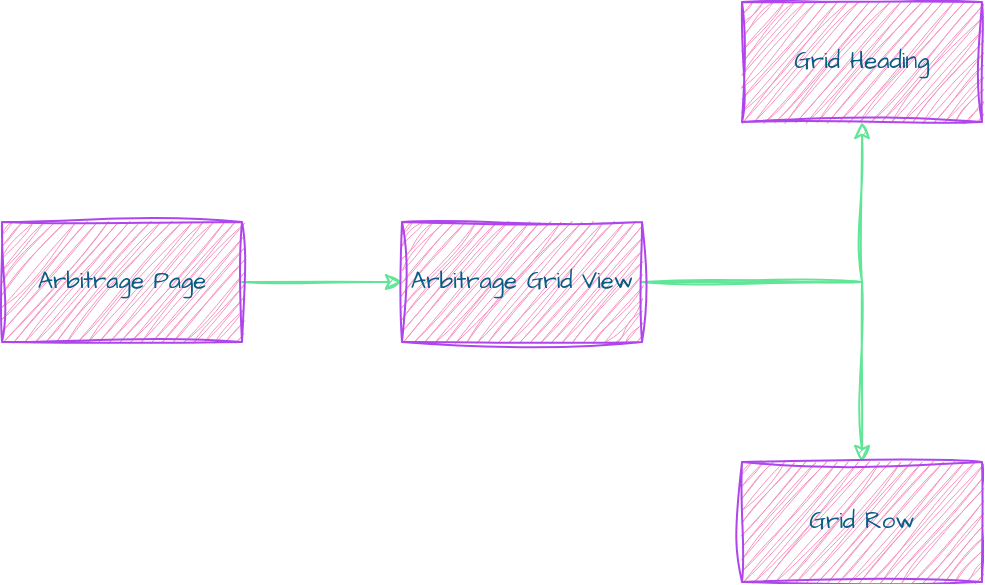
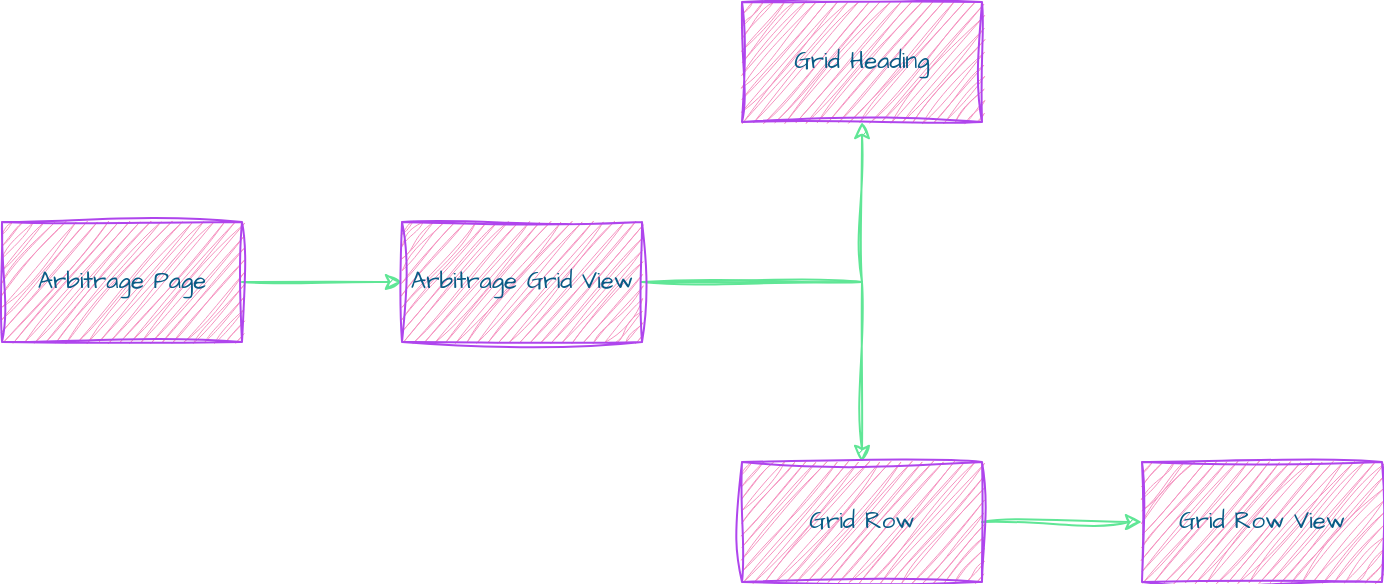
<mxfile host="app.diagrams.net" pages="6">
  <diagram id="4BpxD9aP9KdIrpdj0uMA" name="Arbitrage Page">
    <mxGraphModel dx="1357" dy="626" grid="1" gridSize="10" guides="1" tooltips="1" connect="1" arrows="1" fold="1" page="0" pageScale="1" pageWidth="402" pageHeight="874" math="0" shadow="0">
      <root>
        <mxCell id="0" />
        <mxCell id="1" parent="0" />
        <mxCell id="s9Nx30N8KHW5dVmqoR0w-8" edge="1" parent="1" source="s9Nx30N8KHW5dVmqoR0w-1" style="edgeStyle=orthogonalEdgeStyle;rounded=0;sketch=1;hachureGap=4;jiggle=2;curveFitting=1;orthogonalLoop=1;jettySize=auto;html=1;strokeColor=#60E696;fontFamily=Architects Daughter;fontSource=https%3A%2F%2Ffonts.googleapis.com%2Fcss%3Ffamily%3DArchitects%2BDaughter;fontColor=#095C86;fillColor=#F694C1;" target="s9Nx30N8KHW5dVmqoR0w-7" value="">
          <mxGeometry relative="1" as="geometry" />
        </mxCell>
        <mxCell id="s9Nx30N8KHW5dVmqoR0w-1" parent="1" style="whiteSpace=wrap;html=1;sketch=1;hachureGap=4;jiggle=2;curveFitting=1;strokeColor=#AF45ED;fontFamily=Architects Daughter;fontSource=https%3A%2F%2Ffonts.googleapis.com%2Fcss%3Ffamily%3DArchitects%2BDaughter;fontColor=#095C86;fillColor=#F694C1;" value="Arbitrage Page" vertex="1">
          <mxGeometry height="60" width="120" x="-100" y="130" as="geometry" />
        </mxCell>
        <mxCell id="s9Nx30N8KHW5dVmqoR0w-10" edge="1" parent="1" source="s9Nx30N8KHW5dVmqoR0w-7" style="edgeStyle=orthogonalEdgeStyle;rounded=0;sketch=1;hachureGap=4;jiggle=2;curveFitting=1;orthogonalLoop=1;jettySize=auto;html=1;strokeColor=#60E696;fontFamily=Architects Daughter;fontSource=https%3A%2F%2Ffonts.googleapis.com%2Fcss%3Ffamily%3DArchitects%2BDaughter;fontColor=#095C86;fillColor=#F694C1;" target="s9Nx30N8KHW5dVmqoR0w-9" value="">
          <mxGeometry relative="1" as="geometry" />
        </mxCell>
        <mxCell id="s9Nx30N8KHW5dVmqoR0w-12" edge="1" parent="1" source="s9Nx30N8KHW5dVmqoR0w-7" style="edgeStyle=orthogonalEdgeStyle;rounded=0;sketch=1;hachureGap=4;jiggle=2;curveFitting=1;orthogonalLoop=1;jettySize=auto;html=1;strokeColor=#60E696;fontFamily=Architects Daughter;fontSource=https%3A%2F%2Ffonts.googleapis.com%2Fcss%3Ffamily%3DArchitects%2BDaughter;fontColor=#095C86;fillColor=#F694C1;" target="s9Nx30N8KHW5dVmqoR0w-11" value="">
          <mxGeometry relative="1" as="geometry" />
        </mxCell>
        <mxCell id="s9Nx30N8KHW5dVmqoR0w-7" parent="1" style="whiteSpace=wrap;html=1;fontFamily=Architects Daughter;fillColor=#F694C1;strokeColor=#AF45ED;fontColor=#095C86;sketch=1;hachureGap=4;jiggle=2;curveFitting=1;fontSource=https%3A%2F%2Ffonts.googleapis.com%2Fcss%3Ffamily%3DArchitects%2BDaughter;" value="Arbitrage Grid View" vertex="1">
          <mxGeometry height="60" width="120" x="100" y="130" as="geometry" />
        </mxCell>
        <mxCell id="s9Nx30N8KHW5dVmqoR0w-9" parent="1" style="whiteSpace=wrap;html=1;fontFamily=Architects Daughter;fillColor=#F694C1;strokeColor=#AF45ED;fontColor=#095C86;sketch=1;hachureGap=4;jiggle=2;curveFitting=1;fontSource=https%3A%2F%2Ffonts.googleapis.com%2Fcss%3Ffamily%3DArchitects%2BDaughter;" value="Grid Heading" vertex="1">
          <mxGeometry height="60" width="120" x="270" y="20" as="geometry" />
        </mxCell>
+         <mxCell id="s9Nx30N8KHW5dVmqoR0w-14" edge="1" parent="1" source="s9Nx30N8KHW5dVmqoR0w-11" style="edgeStyle=orthogonalEdgeStyle;rounded=0;sketch=1;hachureGap=4;jiggle=2;curveFitting=1;orthogonalLoop=1;jettySize=auto;html=1;strokeColor=#60E696;fontFamily=Architects Daughter;fontSource=https%3A%2F%2Ffonts.googleapis.com%2Fcss%3Ffamily%3DArchitects%2BDaughter;fontColor=#095C86;fillColor=#F694C1;" target="s9Nx30N8KHW5dVmqoR0w-13" value="">
+           <mxGeometry relative="1" as="geometry" />
+         </mxCell>
        <mxCell id="s9Nx30N8KHW5dVmqoR0w-11" parent="1" style="whiteSpace=wrap;html=1;fontFamily=Architects Daughter;fillColor=#F694C1;strokeColor=#AF45ED;fontColor=#095C86;sketch=1;hachureGap=4;jiggle=2;curveFitting=1;fontSource=https%3A%2F%2Ffonts.googleapis.com%2Fcss%3Ffamily%3DArchitects%2BDaughter;" value="Grid Row" vertex="1">
          <mxGeometry height="60" width="120" x="270" y="250" as="geometry" />
+         </mxCell>
+         <mxCell id="s9Nx30N8KHW5dVmqoR0w-13" parent="1" style="whiteSpace=wrap;html=1;fontFamily=Architects Daughter;fillColor=#F694C1;strokeColor=#AF45ED;fontColor=#095C86;sketch=1;hachureGap=4;jiggle=2;curveFitting=1;fontSource=https%3A%2F%2Ffonts.googleapis.com%2Fcss%3Ffamily%3DArchitects%2BDaughter;" value="Grid Row View" vertex="1">
+           <mxGeometry height="60" width="120" x="470" y="250" as="geometry" />
        </mxCell>
      </root>
    </mxGraphModel>
  </diagram>
  <diagram id="wPQbEJP3DVO_ncDqMHqx" name="Sessions Page">
    <mxGraphModel dx="2395" dy="1443" grid="1" gridSize="10" guides="1" tooltips="1" connect="1" arrows="1" fold="1" page="0" pageScale="1" pageWidth="402" pageHeight="874" math="0" shadow="0">
      <root>
        <mxCell id="0" />
        <mxCell id="1" parent="0" />
        <mxCell id="DB1AKVm6qyutKQlFYAWD-6" edge="1" parent="1" source="DB1AKVm6qyutKQlFYAWD-1" style="edgeStyle=orthogonalEdgeStyle;rounded=1;orthogonalLoop=1;jettySize=auto;html=1;sketch=1;curveFitting=1;jiggle=2;labelBackgroundColor=none;fontColor=default;strokeColor=#60E696;" target="DB1AKVm6qyutKQlFYAWD-5" value="">
          <mxGeometry relative="1" as="geometry" />
        </mxCell>
        <mxCell id="DB1AKVm6qyutKQlFYAWD-8" edge="1" parent="1" source="DB1AKVm6qyutKQlFYAWD-1" style="edgeStyle=orthogonalEdgeStyle;rounded=1;orthogonalLoop=1;jettySize=auto;html=1;sketch=1;curveFitting=1;jiggle=2;labelBackgroundColor=none;fontColor=default;strokeColor=#60E696;" target="DB1AKVm6qyutKQlFYAWD-7" value="">
          <mxGeometry relative="1" as="geometry">
            <Array as="points">
              <mxPoint x="120" y="270" />
            </Array>
          </mxGeometry>
        </mxCell>
        <mxCell id="DB1AKVm6qyutKQlFYAWD-10" edge="1" parent="1" source="DB1AKVm6qyutKQlFYAWD-1" style="edgeStyle=orthogonalEdgeStyle;rounded=1;orthogonalLoop=1;jettySize=auto;html=1;sketch=1;curveFitting=1;jiggle=2;labelBackgroundColor=none;fontColor=default;strokeColor=#60E696;" target="DB1AKVm6qyutKQlFYAWD-9" value="">
          <mxGeometry relative="1" as="geometry">
            <Array as="points">
              <mxPoint x="120" y="60" />
            </Array>
          </mxGeometry>
        </mxCell>
        <mxCell id="DB1AKVm6qyutKQlFYAWD-1" parent="1" style="rounded=1;whiteSpace=wrap;html=1;sketch=1;curveFitting=1;jiggle=2;labelBackgroundColor=none;fillColor=#F694C1;strokeColor=#AF45ED;fontColor=#095C86;" value="add-scrip" vertex="1">
          <mxGeometry height="60" width="120" x="60" y="130" as="geometry" />
        </mxCell>
        <mxCell id="DB1AKVm6qyutKQlFYAWD-4" edge="1" parent="1" source="DB1AKVm6qyutKQlFYAWD-3" style="edgeStyle=orthogonalEdgeStyle;rounded=1;orthogonalLoop=1;jettySize=auto;html=1;sketch=1;curveFitting=1;jiggle=2;labelBackgroundColor=none;fontColor=default;strokeColor=#60E696;" target="DB1AKVm6qyutKQlFYAWD-1" value="">
          <mxGeometry relative="1" as="geometry" />
        </mxCell>
        <mxCell id="DB1AKVm6qyutKQlFYAWD-12" edge="1" parent="1" source="DB1AKVm6qyutKQlFYAWD-3" style="edgeStyle=orthogonalEdgeStyle;rounded=1;orthogonalLoop=1;jettySize=auto;html=1;sketch=1;curveFitting=1;jiggle=2;labelBackgroundColor=none;fontColor=default;strokeColor=#60E696;" target="DB1AKVm6qyutKQlFYAWD-11" value="">
          <mxGeometry relative="1" as="geometry">
            <Array as="points">
              <mxPoint x="-100" y="360" />
            </Array>
          </mxGeometry>
        </mxCell>
        <mxCell id="DB1AKVm6qyutKQlFYAWD-3" parent="1" style="rounded=1;whiteSpace=wrap;html=1;sketch=1;curveFitting=1;jiggle=2;labelBackgroundColor=none;fillColor=#F694C1;strokeColor=#AF45ED;fontColor=#095C86;" value="add-session-cta" vertex="1">
          <mxGeometry height="60" width="120" x="-160" y="130" as="geometry" />
        </mxCell>
        <mxCell id="DB1AKVm6qyutKQlFYAWD-5" parent="1" style="whiteSpace=wrap;html=1;rounded=1;sketch=1;curveFitting=1;jiggle=2;labelBackgroundColor=none;fillColor=#F694C1;strokeColor=#AF45ED;fontColor=#095C86;" value="select-exchange" vertex="1">
          <mxGeometry height="60" width="120" x="310" y="130" as="geometry" />
        </mxCell>
        <mxCell id="ouMAoqMrmdJ_XqpmxOQB-3" edge="1" parent="1" source="DB1AKVm6qyutKQlFYAWD-7" style="edgeStyle=orthogonalEdgeStyle;rounded=1;sketch=1;hachureGap=4;jiggle=2;curveFitting=1;orthogonalLoop=1;jettySize=auto;html=1;fontFamily=Architects Daughter;fontSource=https%3A%2F%2Ffonts.googleapis.com%2Fcss%3Ffamily%3DArchitects%2BDaughter;labelBackgroundColor=none;fontColor=default;strokeColor=#60E696;" target="ouMAoqMrmdJ_XqpmxOQB-1">
          <mxGeometry relative="1" as="geometry" />
        </mxCell>
        <mxCell id="DB1AKVm6qyutKQlFYAWD-7" parent="1" style="whiteSpace=wrap;html=1;rounded=1;sketch=1;curveFitting=1;jiggle=2;labelBackgroundColor=none;fillColor=#F694C1;strokeColor=#AF45ED;fontColor=#095C86;" value="NSE Scrip Form" vertex="1">
          <mxGeometry height="60" width="120" x="310" y="220" as="geometry" />
        </mxCell>
        <mxCell id="ouMAoqMrmdJ_XqpmxOQB-2" edge="1" parent="1" source="DB1AKVm6qyutKQlFYAWD-9" style="edgeStyle=orthogonalEdgeStyle;rounded=1;sketch=1;hachureGap=4;jiggle=2;curveFitting=1;orthogonalLoop=1;jettySize=auto;html=1;fontFamily=Architects Daughter;fontSource=https%3A%2F%2Ffonts.googleapis.com%2Fcss%3Ffamily%3DArchitects%2BDaughter;labelBackgroundColor=none;fontColor=default;strokeColor=#60E696;" target="ouMAoqMrmdJ_XqpmxOQB-1" value="">
          <mxGeometry relative="1" as="geometry" />
        </mxCell>
        <mxCell id="DB1AKVm6qyutKQlFYAWD-9" parent="1" style="whiteSpace=wrap;html=1;rounded=1;sketch=1;curveFitting=1;jiggle=2;labelBackgroundColor=none;fillColor=#F694C1;strokeColor=#AF45ED;fontColor=#095C86;" value="NFO Scrip Form" vertex="1">
          <mxGeometry height="60" width="120" x="310" y="30" as="geometry" />
        </mxCell>
        <mxCell id="ouMAoqMrmdJ_XqpmxOQB-15" edge="1" parent="1" source="DB1AKVm6qyutKQlFYAWD-11" style="edgeStyle=orthogonalEdgeStyle;rounded=1;sketch=1;hachureGap=4;jiggle=2;curveFitting=1;orthogonalLoop=1;jettySize=auto;html=1;fontFamily=Architects Daughter;fontSource=https%3A%2F%2Ffonts.googleapis.com%2Fcss%3Ffamily%3DArchitects%2BDaughter;labelBackgroundColor=none;fontColor=default;strokeColor=#60E696;" target="ouMAoqMrmdJ_XqpmxOQB-14" value="">
          <mxGeometry relative="1" as="geometry" />
        </mxCell>
        <mxCell id="ouMAoqMrmdJ_XqpmxOQB-17" edge="1" parent="1" source="DB1AKVm6qyutKQlFYAWD-11" style="edgeStyle=orthogonalEdgeStyle;rounded=1;sketch=1;hachureGap=4;jiggle=2;curveFitting=1;orthogonalLoop=1;jettySize=auto;html=1;fontFamily=Architects Daughter;fontSource=https%3A%2F%2Ffonts.googleapis.com%2Fcss%3Ffamily%3DArchitects%2BDaughter;labelBackgroundColor=none;fontColor=default;strokeColor=#60E696;" target="ouMAoqMrmdJ_XqpmxOQB-16" value="">
          <mxGeometry relative="1" as="geometry">
            <Array as="points">
              <mxPoint x="120" y="520" />
            </Array>
          </mxGeometry>
        </mxCell>
        <mxCell id="DB1AKVm6qyutKQlFYAWD-11" parent="1" style="whiteSpace=wrap;html=1;rounded=1;sketch=1;curveFitting=1;jiggle=2;labelBackgroundColor=none;fillColor=#F694C1;strokeColor=#AF45ED;fontColor=#095C86;" value="scrip-list" vertex="1">
          <mxGeometry height="60" width="120" x="60" y="330" as="geometry" />
        </mxCell>
        <mxCell id="DB1AKVm6qyutKQlFYAWD-15" edge="1" parent="1" source="DB1AKVm6qyutKQlFYAWD-14" style="edgeStyle=orthogonalEdgeStyle;rounded=1;sketch=1;hachureGap=4;jiggle=2;curveFitting=1;orthogonalLoop=1;jettySize=auto;html=1;entryX=0;entryY=0.5;entryDx=0;entryDy=0;fontFamily=Architects Daughter;fontSource=https%3A%2F%2Ffonts.googleapis.com%2Fcss%3Ffamily%3DArchitects%2BDaughter;fontColor=default;labelBackgroundColor=none;strokeColor=#60E696;" target="DB1AKVm6qyutKQlFYAWD-3">
          <mxGeometry relative="1" as="geometry">
            <Array as="points">
              <mxPoint x="-360" y="160" />
            </Array>
          </mxGeometry>
        </mxCell>
        <mxCell id="ouMAoqMrmdJ_XqpmxOQB-28" edge="1" parent="1" source="DB1AKVm6qyutKQlFYAWD-14" style="edgeStyle=orthogonalEdgeStyle;rounded=1;sketch=1;hachureGap=4;jiggle=2;curveFitting=1;orthogonalLoop=1;jettySize=auto;html=1;entryX=0;entryY=0.5;entryDx=0;entryDy=0;fontFamily=Architects Daughter;fontSource=https%3A%2F%2Ffonts.googleapis.com%2Fcss%3Ffamily%3DArchitects%2BDaughter;labelBackgroundColor=none;fontColor=default;strokeColor=#60E696;" target="ouMAoqMrmdJ_XqpmxOQB-19">
          <mxGeometry relative="1" as="geometry">
            <Array as="points">
              <mxPoint x="-360" y="880" />
            </Array>
          </mxGeometry>
        </mxCell>
        <mxCell id="DB1AKVm6qyutKQlFYAWD-14" parent="1" style="rounded=1;whiteSpace=wrap;html=1;sketch=1;curveFitting=1;jiggle=2;labelBackgroundColor=none;fillColor=#F694C1;strokeColor=#AF45ED;fontColor=#095C86;" value="sessions-page" vertex="1">
          <mxGeometry height="60" width="120" x="-420" y="320" as="geometry" />
        </mxCell>
        <mxCell id="ouMAoqMrmdJ_XqpmxOQB-1" parent="1" style="whiteSpace=wrap;html=1;rounded=1;sketch=1;curveFitting=1;jiggle=2;labelBackgroundColor=none;fillColor=#F694C1;strokeColor=#AF45ED;fontColor=#095C86;" value="base form" vertex="1">
          <mxGeometry height="60" width="120" x="560" y="130" as="geometry" />
        </mxCell>
        <mxCell id="ouMAoqMrmdJ_XqpmxOQB-6" edge="1" parent="1" source="ouMAoqMrmdJ_XqpmxOQB-4" style="edgeStyle=orthogonalEdgeStyle;rounded=1;sketch=1;hachureGap=4;jiggle=2;curveFitting=1;orthogonalLoop=1;jettySize=auto;html=1;fontFamily=Architects Daughter;fontSource=https%3A%2F%2Ffonts.googleapis.com%2Fcss%3Ffamily%3DArchitects%2BDaughter;labelBackgroundColor=none;fontColor=default;strokeColor=#60E696;" target="ouMAoqMrmdJ_XqpmxOQB-5" value="">
          <mxGeometry relative="1" as="geometry" />
        </mxCell>
        <mxCell id="ouMAoqMrmdJ_XqpmxOQB-4" parent="1" style="whiteSpace=wrap;html=1;sketch=1;hachureGap=4;jiggle=2;curveFitting=1;fontFamily=Architects Daughter;fontSource=https%3A%2F%2Ffonts.googleapis.com%2Fcss%3Ffamily%3DArchitects%2BDaughter;labelBackgroundColor=none;rounded=1;fillColor=#F694C1;strokeColor=#AF45ED;fontColor=#095C86;" value="start Session" vertex="1">
          <mxGeometry height="60" width="120" x="900" y="-60" as="geometry" />
        </mxCell>
        <mxCell id="ouMAoqMrmdJ_XqpmxOQB-8" edge="1" parent="1" source="ouMAoqMrmdJ_XqpmxOQB-5" style="edgeStyle=orthogonalEdgeStyle;rounded=1;sketch=1;hachureGap=4;jiggle=2;curveFitting=1;orthogonalLoop=1;jettySize=auto;html=1;fontFamily=Architects Daughter;fontSource=https%3A%2F%2Ffonts.googleapis.com%2Fcss%3Ffamily%3DArchitects%2BDaughter;labelBackgroundColor=none;fontColor=default;strokeColor=#60E696;" target="ouMAoqMrmdJ_XqpmxOQB-7" value="">
          <mxGeometry relative="1" as="geometry" />
        </mxCell>
        <mxCell id="ouMAoqMrmdJ_XqpmxOQB-5" parent="1" style="whiteSpace=wrap;html=1;fontFamily=Architects Daughter;sketch=1;hachureGap=4;jiggle=2;curveFitting=1;fontSource=https%3A%2F%2Ffonts.googleapis.com%2Fcss%3Ffamily%3DArchitects%2BDaughter;labelBackgroundColor=none;rounded=1;fillColor=#F694C1;strokeColor=#AF45ED;fontColor=#095C86;" value="Place order" vertex="1">
          <mxGeometry height="60" width="120" x="1100" y="-60" as="geometry" />
        </mxCell>
        <mxCell id="ouMAoqMrmdJ_XqpmxOQB-10" edge="1" parent="1" source="ouMAoqMrmdJ_XqpmxOQB-7" style="edgeStyle=orthogonalEdgeStyle;rounded=1;sketch=1;hachureGap=4;jiggle=2;curveFitting=1;orthogonalLoop=1;jettySize=auto;html=1;fontFamily=Architects Daughter;fontSource=https%3A%2F%2Ffonts.googleapis.com%2Fcss%3Ffamily%3DArchitects%2BDaughter;labelBackgroundColor=none;fontColor=default;strokeColor=#60E696;" target="ouMAoqMrmdJ_XqpmxOQB-9" value="">
          <mxGeometry relative="1" as="geometry" />
        </mxCell>
        <mxCell id="ouMAoqMrmdJ_XqpmxOQB-7" parent="1" style="whiteSpace=wrap;html=1;fontFamily=Architects Daughter;sketch=1;hachureGap=4;jiggle=2;curveFitting=1;fontSource=https%3A%2F%2Ffonts.googleapis.com%2Fcss%3Ffamily%3DArchitects%2BDaughter;labelBackgroundColor=none;rounded=1;fillColor=#F694C1;strokeColor=#AF45ED;fontColor=#095C86;" value="update trade" vertex="1">
          <mxGeometry height="60" width="120" x="1300" y="-60" as="geometry" />
        </mxCell>
        <mxCell id="ouMAoqMrmdJ_XqpmxOQB-12" edge="1" parent="1" source="ouMAoqMrmdJ_XqpmxOQB-9" style="edgeStyle=orthogonalEdgeStyle;rounded=1;sketch=1;hachureGap=4;jiggle=2;curveFitting=1;orthogonalLoop=1;jettySize=auto;html=1;fontFamily=Architects Daughter;fontSource=https%3A%2F%2Ffonts.googleapis.com%2Fcss%3Ffamily%3DArchitects%2BDaughter;labelBackgroundColor=none;fontColor=default;strokeColor=#60E696;" target="ouMAoqMrmdJ_XqpmxOQB-11" value="">
          <mxGeometry relative="1" as="geometry" />
        </mxCell>
        <mxCell id="ouMAoqMrmdJ_XqpmxOQB-9" parent="1" style="whiteSpace=wrap;html=1;fontFamily=Architects Daughter;sketch=1;hachureGap=4;jiggle=2;curveFitting=1;fontSource=https%3A%2F%2Ffonts.googleapis.com%2Fcss%3Ffamily%3DArchitects%2BDaughter;labelBackgroundColor=none;rounded=1;fillColor=#F694C1;strokeColor=#AF45ED;fontColor=#095C86;" value="update netPosition" vertex="1">
          <mxGeometry height="60" width="120" x="1500" y="-60" as="geometry" />
        </mxCell>
        <mxCell id="ouMAoqMrmdJ_XqpmxOQB-11" parent="1" style="whiteSpace=wrap;html=1;fontFamily=Architects Daughter;sketch=1;hachureGap=4;jiggle=2;curveFitting=1;fontSource=https%3A%2F%2Ffonts.googleapis.com%2Fcss%3Ffamily%3DArchitects%2BDaughter;labelBackgroundColor=none;rounded=1;fillColor=#F694C1;strokeColor=#AF45ED;fontColor=#095C86;" value="update placedOrders?" vertex="1">
          <mxGeometry height="60" width="120" x="1700" y="-60" as="geometry" />
        </mxCell>
        <mxCell id="ouMAoqMrmdJ_XqpmxOQB-13" parent="1" style="html=1;verticalLabelPosition=bottom;align=center;labelBackgroundColor=none;verticalAlign=top;strokeWidth=2;shadow=0;dashed=0;shape=mxgraph.ios7.icons.tools;pointerEvents=1;sketch=1;hachureGap=4;jiggle=2;curveFitting=1;fontFamily=Architects Daughter;fontSource=https%3A%2F%2Ffonts.googleapis.com%2Fcss%3Ffamily%3DArchitects%2BDaughter;rounded=1;fillColor=#F694C1;strokeColor=#AF45ED;fontColor=#095C86;" value="" vertex="1">
          <mxGeometry height="50" width="50" x="1135" y="-20" as="geometry" />
        </mxCell>
        <mxCell id="ouMAoqMrmdJ_XqpmxOQB-14" parent="1" style="whiteSpace=wrap;html=1;rounded=1;sketch=1;curveFitting=1;jiggle=2;labelBackgroundColor=none;fillColor=#F694C1;strokeColor=#AF45ED;fontColor=#095C86;" value="live-price-cell" vertex="1">
          <mxGeometry height="60" width="120" x="260" y="330" as="geometry" />
        </mxCell>
        <mxCell id="ouMAoqMrmdJ_XqpmxOQB-16" parent="1" style="whiteSpace=wrap;html=1;rounded=1;sketch=1;curveFitting=1;jiggle=2;labelBackgroundColor=none;fillColor=#F694C1;strokeColor=#AF45ED;fontColor=#095C86;" value="charges-cell" vertex="1">
          <mxGeometry height="60" width="120" x="250" y="500" as="geometry" />
        </mxCell>
        <mxCell id="ouMAoqMrmdJ_XqpmxOQB-22" edge="1" parent="1" source="ouMAoqMrmdJ_XqpmxOQB-19" style="edgeStyle=orthogonalEdgeStyle;rounded=1;sketch=1;hachureGap=4;jiggle=2;curveFitting=1;orthogonalLoop=1;jettySize=auto;html=1;fontFamily=Architects Daughter;fontSource=https%3A%2F%2Ffonts.googleapis.com%2Fcss%3Ffamily%3DArchitects%2BDaughter;labelBackgroundColor=none;fontColor=default;strokeColor=#60E696;" target="ouMAoqMrmdJ_XqpmxOQB-21" value="">
          <mxGeometry relative="1" as="geometry" />
        </mxCell>
        <mxCell id="ouMAoqMrmdJ_XqpmxOQB-25" edge="1" parent="1" source="ouMAoqMrmdJ_XqpmxOQB-19" style="edgeStyle=orthogonalEdgeStyle;rounded=1;sketch=1;hachureGap=4;jiggle=2;curveFitting=1;orthogonalLoop=1;jettySize=auto;html=1;entryX=0;entryY=0.5;entryDx=0;entryDy=0;fontFamily=Architects Daughter;fontSource=https%3A%2F%2Ffonts.googleapis.com%2Fcss%3Ffamily%3DArchitects%2BDaughter;labelBackgroundColor=none;fontColor=default;strokeColor=#60E696;" target="ouMAoqMrmdJ_XqpmxOQB-23">
          <mxGeometry relative="1" as="geometry">
            <Array as="points">
              <mxPoint x="100" y="710" />
            </Array>
          </mxGeometry>
        </mxCell>
        <mxCell id="ouMAoqMrmdJ_XqpmxOQB-27" edge="1" parent="1" source="ouMAoqMrmdJ_XqpmxOQB-19" style="edgeStyle=orthogonalEdgeStyle;rounded=1;sketch=1;hachureGap=4;jiggle=2;curveFitting=1;orthogonalLoop=1;jettySize=auto;html=1;fontFamily=Architects Daughter;fontSource=https%3A%2F%2Ffonts.googleapis.com%2Fcss%3Ffamily%3DArchitects%2BDaughter;labelBackgroundColor=none;fontColor=default;strokeColor=#60E696;" target="ouMAoqMrmdJ_XqpmxOQB-26" value="">
          <mxGeometry relative="1" as="geometry">
            <Array as="points">
              <mxPoint x="100" y="1080" />
            </Array>
          </mxGeometry>
        </mxCell>
        <mxCell id="ouMAoqMrmdJ_XqpmxOQB-30" edge="1" parent="1" source="ouMAoqMrmdJ_XqpmxOQB-19" style="edgeStyle=orthogonalEdgeStyle;rounded=1;sketch=1;hachureGap=4;jiggle=2;curveFitting=1;orthogonalLoop=1;jettySize=auto;html=1;fontFamily=Architects Daughter;fontSource=https%3A%2F%2Ffonts.googleapis.com%2Fcss%3Ffamily%3DArchitects%2BDaughter;fontColor=default;labelBackgroundColor=none;strokeColor=#60E696;" target="ouMAoqMrmdJ_XqpmxOQB-29" value="">
          <mxGeometry relative="1" as="geometry">
            <Array as="points">
              <mxPoint x="80" y="610" />
            </Array>
          </mxGeometry>
        </mxCell>
        <mxCell id="ouMAoqMrmdJ_XqpmxOQB-19" parent="1" style="whiteSpace=wrap;html=1;rounded=1;sketch=1;curveFitting=1;jiggle=2;labelBackgroundColor=none;fillColor=#F694C1;strokeColor=#AF45ED;fontColor=#095C86;" value="session-card" vertex="1">
          <mxGeometry height="60" width="120" x="40" y="850" as="geometry" />
        </mxCell>
        <mxCell id="ouMAoqMrmdJ_XqpmxOQB-21" parent="1" style="whiteSpace=wrap;html=1;rounded=1;sketch=1;curveFitting=1;jiggle=2;labelBackgroundColor=none;fillColor=#F694C1;strokeColor=#AF45ED;fontColor=#095C86;" value="session-header" vertex="1">
          <mxGeometry height="60" width="120" x="290" y="850" as="geometry" />
        </mxCell>
        <mxCell id="ouMAoqMrmdJ_XqpmxOQB-32" edge="1" parent="1" source="ouMAoqMrmdJ_XqpmxOQB-23" style="edgeStyle=orthogonalEdgeStyle;rounded=1;sketch=1;hachureGap=4;jiggle=2;curveFitting=1;orthogonalLoop=1;jettySize=auto;html=1;fontFamily=Architects Daughter;fontSource=https%3A%2F%2Ffonts.googleapis.com%2Fcss%3Ffamily%3DArchitects%2BDaughter;fontColor=default;labelBackgroundColor=none;strokeColor=#60E696;" target="ouMAoqMrmdJ_XqpmxOQB-31" value="">
          <mxGeometry relative="1" as="geometry">
            <Array as="points">
              <mxPoint x="360" y="650" />
            </Array>
          </mxGeometry>
        </mxCell>
        <mxCell id="ouMAoqMrmdJ_XqpmxOQB-34" edge="1" parent="1" source="ouMAoqMrmdJ_XqpmxOQB-23" style="edgeStyle=orthogonalEdgeStyle;rounded=1;sketch=1;hachureGap=4;jiggle=2;curveFitting=1;orthogonalLoop=1;jettySize=auto;html=1;fontFamily=Architects Daughter;fontSource=https%3A%2F%2Ffonts.googleapis.com%2Fcss%3Ffamily%3DArchitects%2BDaughter;fontColor=default;labelBackgroundColor=none;strokeColor=#60E696;" target="ouMAoqMrmdJ_XqpmxOQB-33" value="">
          <mxGeometry relative="1" as="geometry" />
        </mxCell>
        <mxCell id="ouMAoqMrmdJ_XqpmxOQB-38" edge="1" parent="1" source="ouMAoqMrmdJ_XqpmxOQB-23" style="edgeStyle=orthogonalEdgeStyle;rounded=1;sketch=1;hachureGap=4;jiggle=2;curveFitting=1;orthogonalLoop=1;jettySize=auto;html=1;fontFamily=Architects Daughter;fontSource=https%3A%2F%2Ffonts.googleapis.com%2Fcss%3Ffamily%3DArchitects%2BDaughter;fontColor=default;labelBackgroundColor=none;strokeColor=#60E696;" target="ouMAoqMrmdJ_XqpmxOQB-37" value="">
          <mxGeometry relative="1" as="geometry">
            <Array as="points">
              <mxPoint x="360" y="790" />
              <mxPoint x="640" y="790" />
            </Array>
          </mxGeometry>
        </mxCell>
        <mxCell id="eX8Cx5BNWnft2gzvnQZb-2" edge="1" parent="1" source="ouMAoqMrmdJ_XqpmxOQB-23" style="edgeStyle=orthogonalEdgeStyle;rounded=0;sketch=1;hachureGap=4;jiggle=2;curveFitting=1;orthogonalLoop=1;jettySize=auto;html=1;fontFamily=Architects Daughter;fontSource=https%3A%2F%2Ffonts.googleapis.com%2Fcss%3Ffamily%3DArchitects%2BDaughter;entryX=0;entryY=0.5;entryDx=0;entryDy=0;labelBackgroundColor=none;fontColor=default;strokeColor=#60E696;" target="eX8Cx5BNWnft2gzvnQZb-3">
          <mxGeometry relative="1" as="geometry">
            <Array as="points">
              <mxPoint x="340" y="830" />
              <mxPoint x="600" y="830" />
              <mxPoint x="600" y="980" />
            </Array>
            <mxPoint x="600" y="1010" as="targetPoint" />
          </mxGeometry>
        </mxCell>
        <mxCell id="ouMAoqMrmdJ_XqpmxOQB-23" parent="1" style="whiteSpace=wrap;html=1;rounded=1;sketch=1;curveFitting=1;jiggle=2;labelBackgroundColor=none;fillColor=#F694C1;strokeColor=#AF45ED;fontColor=#095C86;" value="net-positions-grid" vertex="1">
          <mxGeometry height="60" width="120" x="300" y="680" as="geometry" />
        </mxCell>
        <mxCell id="ouMAoqMrmdJ_XqpmxOQB-26" parent="1" style="whiteSpace=wrap;html=1;rounded=1;sketch=1;curveFitting=1;jiggle=2;labelBackgroundColor=none;fillColor=#F694C1;strokeColor=#AF45ED;fontColor=#095C86;" value="pnl-summary" vertex="1">
          <mxGeometry height="60" width="120" x="300" y="1050" as="geometry" />
        </mxCell>
        <mxCell id="ouMAoqMrmdJ_XqpmxOQB-29" parent="1" style="whiteSpace=wrap;html=1;rounded=1;sketch=1;curveFitting=1;jiggle=2;labelBackgroundColor=none;fillColor=#F694C1;strokeColor=#AF45ED;fontColor=#095C86;" value="GridWrapper" vertex="1">
          <mxGeometry height="60" width="120" x="300" y="580" as="geometry" />
        </mxCell>
        <mxCell id="ouMAoqMrmdJ_XqpmxOQB-31" parent="1" style="whiteSpace=wrap;html=1;rounded=1;sketch=1;curveFitting=1;jiggle=2;labelBackgroundColor=none;fillColor=#F694C1;strokeColor=#AF45ED;fontColor=#095C86;" value="header" vertex="1">
          <mxGeometry height="60" width="120" x="700" y="600" as="geometry" />
        </mxCell>
        <mxCell id="ouMAoqMrmdJ_XqpmxOQB-33" parent="1" style="whiteSpace=wrap;html=1;rounded=1;sketch=1;curveFitting=1;jiggle=2;labelBackgroundColor=none;fillColor=#F694C1;strokeColor=#AF45ED;fontColor=#095C86;" value="table-heading" vertex="1">
          <mxGeometry height="60" width="120" x="700" y="710" as="geometry" />
        </mxCell>
        <mxCell id="ouMAoqMrmdJ_XqpmxOQB-40" edge="1" parent="1" source="ouMAoqMrmdJ_XqpmxOQB-37" style="edgeStyle=orthogonalEdgeStyle;rounded=1;sketch=1;hachureGap=4;jiggle=2;curveFitting=1;orthogonalLoop=1;jettySize=auto;html=1;fontFamily=Architects Daughter;fontSource=https%3A%2F%2Ffonts.googleapis.com%2Fcss%3Ffamily%3DArchitects%2BDaughter;fontColor=default;labelBackgroundColor=none;strokeColor=#60E696;" target="ouMAoqMrmdJ_XqpmxOQB-39" value="">
          <mxGeometry relative="1" as="geometry" />
        </mxCell>
        <mxCell id="ouMAoqMrmdJ_XqpmxOQB-41" edge="1" parent="1" source="ouMAoqMrmdJ_XqpmxOQB-37" style="edgeStyle=orthogonalEdgeStyle;rounded=1;sketch=1;hachureGap=4;jiggle=2;curveFitting=1;orthogonalLoop=1;jettySize=auto;html=1;fontFamily=Architects Daughter;fontSource=https%3A%2F%2Ffonts.googleapis.com%2Fcss%3Ffamily%3DArchitects%2BDaughter;fontColor=default;labelBackgroundColor=none;strokeColor=#60E696;" target="ouMAoqMrmdJ_XqpmxOQB-39" value="">
          <mxGeometry relative="1" as="geometry" />
        </mxCell>
        <mxCell id="ouMAoqMrmdJ_XqpmxOQB-43" edge="1" parent="1" source="ouMAoqMrmdJ_XqpmxOQB-37" style="edgeStyle=orthogonalEdgeStyle;rounded=1;sketch=1;hachureGap=4;jiggle=2;curveFitting=1;orthogonalLoop=1;jettySize=auto;html=1;fontFamily=Architects Daughter;fontSource=https%3A%2F%2Ffonts.googleapis.com%2Fcss%3Ffamily%3DArchitects%2BDaughter;fontColor=default;labelBackgroundColor=none;strokeColor=#60E696;" target="ouMAoqMrmdJ_XqpmxOQB-42" value="">
          <mxGeometry relative="1" as="geometry">
            <Array as="points">
              <mxPoint x="865" y="860" />
              <mxPoint x="865" y="890" />
            </Array>
          </mxGeometry>
        </mxCell>
        <mxCell id="ouMAoqMrmdJ_XqpmxOQB-37" parent="1" style="whiteSpace=wrap;html=1;rounded=1;sketch=1;curveFitting=1;jiggle=2;labelBackgroundColor=none;fillColor=#F694C1;strokeColor=#AF45ED;fontColor=#095C86;" value="instrument-row" vertex="1">
          <mxGeometry height="60" width="120" x="700" y="810" as="geometry" />
        </mxCell>
        <mxCell id="ouMAoqMrmdJ_XqpmxOQB-39" parent="1" style="whiteSpace=wrap;html=1;rounded=1;sketch=1;curveFitting=1;jiggle=2;labelBackgroundColor=none;fillColor=#F694C1;strokeColor=#AF45ED;fontColor=#095C86;" value="buy-sell-cta" vertex="1">
          <mxGeometry height="60" width="120" x="910" y="750" as="geometry" />
        </mxCell>
        <mxCell id="ouMAoqMrmdJ_XqpmxOQB-42" parent="1" style="whiteSpace=wrap;html=1;rounded=1;sketch=1;curveFitting=1;jiggle=2;labelBackgroundColor=none;fillColor=#F694C1;strokeColor=#AF45ED;fontColor=#095C86;" value="instrument-row-view" vertex="1">
          <mxGeometry height="60" width="120" x="910" y="860" as="geometry" />
        </mxCell>
        <mxCell id="eX8Cx5BNWnft2gzvnQZb-3" parent="1" style="rounded=1;whiteSpace=wrap;html=1;sketch=1;hachureGap=4;jiggle=2;curveFitting=1;fontFamily=Architects Daughter;fontSource=https%3A%2F%2Ffonts.googleapis.com%2Fcss%3Ffamily%3DArchitects%2BDaughter;labelBackgroundColor=none;fillColor=#F694C1;strokeColor=#AF45ED;fontColor=#095C86;" value="pnl-summary" vertex="1">
          <mxGeometry height="60" width="120" x="700" y="950" as="geometry" />
        </mxCell>
      </root>
    </mxGraphModel>
  </diagram>
  <diagram id="YVkBlKKJ4RNEtawBKbZk" name="Session">
    <mxGraphModel dx="1357" dy="626" grid="1" gridSize="10" guides="1" tooltips="1" connect="1" arrows="1" fold="1" page="0" pageScale="1" pageWidth="402" pageHeight="874" math="0" shadow="0">
      <root>
        <mxCell id="0" />
        <mxCell id="1" parent="0" />
        <mxCell id="b8iQl_XISdQ6rZ6kNcMQ-3" edge="1" parent="1" source="b8iQl_XISdQ6rZ6kNcMQ-1" style="edgeStyle=orthogonalEdgeStyle;rounded=0;orthogonalLoop=1;jettySize=auto;html=1;" target="b8iQl_XISdQ6rZ6kNcMQ-2" value="">
          <mxGeometry relative="1" as="geometry" />
        </mxCell>
        <mxCell id="b8iQl_XISdQ6rZ6kNcMQ-1" parent="1" style="rounded=1;whiteSpace=wrap;html=1;" value="start session" vertex="1">
          <mxGeometry height="60" width="120" x="-200" y="80" as="geometry" />
        </mxCell>
        <mxCell id="b8iQl_XISdQ6rZ6kNcMQ-5" edge="1" parent="1" source="b8iQl_XISdQ6rZ6kNcMQ-2" style="edgeStyle=orthogonalEdgeStyle;rounded=0;orthogonalLoop=1;jettySize=auto;html=1;" target="b8iQl_XISdQ6rZ6kNcMQ-4" value="">
          <mxGeometry relative="1" as="geometry" />
        </mxCell>
        <mxCell id="b8iQl_XISdQ6rZ6kNcMQ-2" parent="1" style="whiteSpace=wrap;html=1;rounded=1;" value="place orders&amp;nbsp;&lt;br&gt;(all or none)" vertex="1">
          <mxGeometry height="60" width="120" y="80" as="geometry" />
        </mxCell>
        <mxCell id="b8iQl_XISdQ6rZ6kNcMQ-7" edge="1" parent="1" source="b8iQl_XISdQ6rZ6kNcMQ-4" style="edgeStyle=orthogonalEdgeStyle;rounded=0;orthogonalLoop=1;jettySize=auto;html=1;" target="b8iQl_XISdQ6rZ6kNcMQ-6" value="">
          <mxGeometry relative="1" as="geometry" />
        </mxCell>
        <mxCell id="b8iQl_XISdQ6rZ6kNcMQ-4" parent="1" style="whiteSpace=wrap;html=1;rounded=1;" value="update margins" vertex="1">
          <mxGeometry height="60" width="120" x="200" y="80" as="geometry" />
        </mxCell>
        <mxCell id="b8iQl_XISdQ6rZ6kNcMQ-6" parent="1" style="whiteSpace=wrap;html=1;rounded=1;" value="create session" vertex="1">
          <mxGeometry height="60" width="120" x="200" y="200" as="geometry" />
        </mxCell>
        <mxCell id="b8iQl_XISdQ6rZ6kNcMQ-8" parent="1" style="rounded=1;whiteSpace=wrap;html=1;fillColor=#fff2cc;strokeColor=#d6b656;" value="firebase" vertex="1">
          <mxGeometry height="40" width="80" x="300" y="190" as="geometry" />
        </mxCell>
        <mxCell id="b8iQl_XISdQ6rZ6kNcMQ-9" parent="1" style="rounded=1;whiteSpace=wrap;html=1;fillColor=#fff2cc;strokeColor=#d6b656;" value="kite" vertex="1">
          <mxGeometry height="40" width="80" x="80" y="50" as="geometry" />
        </mxCell>
        <mxCell id="b8iQl_XISdQ6rZ6kNcMQ-10" parent="1" style="rounded=1;whiteSpace=wrap;html=1;fillColor=#fff2cc;strokeColor=#d6b656;" value="firebase" vertex="1">
          <mxGeometry height="40" width="80" x="290" y="60" as="geometry" />
        </mxCell>
      </root>
    </mxGraphModel>
  </diagram>
  <diagram id="4KjMPYYtLXdBkkJX1B08" name="Auth">
    <mxGraphModel dx="1276" dy="835" grid="0" gridSize="10" guides="1" tooltips="1" connect="1" arrows="1" fold="1" page="0" pageScale="1" pageWidth="402" pageHeight="874" math="0" shadow="0">
      <root>
        <mxCell id="0" />
        <mxCell id="1" parent="0" />
        <mxCell id="pPH6oVQiPgVcm9OUePWL-3" edge="1" parent="1" source="pPH6oVQiPgVcm9OUePWL-1" style="edgeStyle=orthogonalEdgeStyle;rounded=0;orthogonalLoop=1;jettySize=auto;html=1;" target="pPH6oVQiPgVcm9OUePWL-2" value="">
          <mxGeometry relative="1" as="geometry" />
        </mxCell>
        <mxCell id="pPH6oVQiPgVcm9OUePWL-1" parent="1" style="rounded=1;whiteSpace=wrap;html=1;" value="User clicks &quot;Login&quot; Button" vertex="1">
          <mxGeometry height="60" width="120" x="23" y="101" as="geometry" />
        </mxCell>
        <mxCell id="pPH6oVQiPgVcm9OUePWL-5" edge="1" parent="1" source="pPH6oVQiPgVcm9OUePWL-2" style="edgeStyle=orthogonalEdgeStyle;rounded=0;orthogonalLoop=1;jettySize=auto;html=1;" target="pPH6oVQiPgVcm9OUePWL-4" value="">
          <mxGeometry relative="1" as="geometry" />
        </mxCell>
        <mxCell id="pPH6oVQiPgVcm9OUePWL-2" parent="1" style="whiteSpace=wrap;html=1;rounded=1;" value="Open the Login URL" vertex="1">
          <mxGeometry height="60" width="120" x="223" y="101" as="geometry" />
        </mxCell>
        <mxCell id="pPH6oVQiPgVcm9OUePWL-7" edge="1" parent="1" source="pPH6oVQiPgVcm9OUePWL-4" style="edgeStyle=orthogonalEdgeStyle;rounded=0;orthogonalLoop=1;jettySize=auto;html=1;" target="pPH6oVQiPgVcm9OUePWL-6" value="">
          <mxGeometry relative="1" as="geometry" />
        </mxCell>
        <mxCell id="pPH6oVQiPgVcm9OUePWL-4" parent="1" style="whiteSpace=wrap;html=1;rounded=1;" value="User logins to Zerodha" vertex="1">
          <mxGeometry height="60" width="120" x="423" y="101" as="geometry" />
        </mxCell>
        <mxCell id="pPH6oVQiPgVcm9OUePWL-9" edge="1" parent="1" source="pPH6oVQiPgVcm9OUePWL-6" style="edgeStyle=orthogonalEdgeStyle;rounded=0;orthogonalLoop=1;jettySize=auto;html=1;" target="pPH6oVQiPgVcm9OUePWL-8" value="">
          <mxGeometry relative="1" as="geometry" />
        </mxCell>
        <mxCell id="pPH6oVQiPgVcm9OUePWL-6" parent="1" style="whiteSpace=wrap;html=1;rounded=1;" value="Redirected to callback URL with request_token&lt;br&gt;&lt;b&gt;http://localhost:3000/api/auth/kite/callback&lt;/b&gt;" vertex="1">
          <mxGeometry height="60" width="262" x="352" y="244" as="geometry" />
        </mxCell>
        <mxCell id="pPH6oVQiPgVcm9OUePWL-13" edge="1" parent="1" source="pPH6oVQiPgVcm9OUePWL-8" style="edgeStyle=orthogonalEdgeStyle;rounded=0;orthogonalLoop=1;jettySize=auto;html=1;" target="pPH6oVQiPgVcm9OUePWL-12" value="">
          <mxGeometry relative="1" as="geometry" />
        </mxCell>
        <mxCell id="pPH6oVQiPgVcm9OUePWL-8" parent="1" style="whiteSpace=wrap;html=1;rounded=1;" value="In loader for this route, generate the session" vertex="1">
          <mxGeometry height="60" width="120" x="17" y="244" as="geometry" />
        </mxCell>
        <mxCell id="pPH6oVQiPgVcm9OUePWL-15" edge="1" parent="1" source="pPH6oVQiPgVcm9OUePWL-12" style="edgeStyle=orthogonalEdgeStyle;rounded=0;orthogonalLoop=1;jettySize=auto;html=1;" target="pPH6oVQiPgVcm9OUePWL-14" value="">
          <mxGeometry relative="1" as="geometry" />
        </mxCell>
        <mxCell id="pPH6oVQiPgVcm9OUePWL-12" parent="1" style="whiteSpace=wrap;html=1;rounded=1;" value="Serialize and save the access token in cookie" vertex="1">
          <mxGeometry height="60" width="120" x="17" y="384" as="geometry" />
        </mxCell>
        <mxCell id="pPH6oVQiPgVcm9OUePWL-17" edge="1" parent="1" source="pPH6oVQiPgVcm9OUePWL-14" style="edgeStyle=orthogonalEdgeStyle;rounded=0;orthogonalLoop=1;jettySize=auto;html=1;" target="pPH6oVQiPgVcm9OUePWL-16" value="">
          <mxGeometry relative="1" as="geometry" />
        </mxCell>
        <mxCell id="pPH6oVQiPgVcm9OUePWL-14" parent="1" style="whiteSpace=wrap;html=1;rounded=1;" value="redirect to /dashboard" vertex="1">
          <mxGeometry height="60" width="120" x="217" y="384" as="geometry" />
        </mxCell>
        <mxCell id="pPH6oVQiPgVcm9OUePWL-19" edge="1" parent="1" source="pPH6oVQiPgVcm9OUePWL-16" style="edgeStyle=orthogonalEdgeStyle;rounded=0;orthogonalLoop=1;jettySize=auto;html=1;" target="pPH6oVQiPgVcm9OUePWL-18" value="">
          <mxGeometry relative="1" as="geometry" />
        </mxCell>
        <mxCell id="pPH6oVQiPgVcm9OUePWL-16" parent="1" style="whiteSpace=wrap;html=1;rounded=1;" value="in dashboard loader, get the access token from the cookie and send it to client" vertex="1">
          <mxGeometry height="60" width="120" x="417" y="384" as="geometry" />
        </mxCell>
        <mxCell id="pPH6oVQiPgVcm9OUePWL-21" edge="1" parent="1" source="pPH6oVQiPgVcm9OUePWL-18" style="edgeStyle=orthogonalEdgeStyle;rounded=0;orthogonalLoop=1;jettySize=auto;html=1;" target="pPH6oVQiPgVcm9OUePWL-20" value="">
          <mxGeometry relative="1" as="geometry" />
        </mxCell>
        <mxCell id="pPH6oVQiPgVcm9OUePWL-18" parent="1" style="whiteSpace=wrap;html=1;rounded=1;" value="front-end creates the kc client with api_key and access_token.&amp;nbsp;&amp;nbsp;" vertex="1">
          <mxGeometry height="60" width="120" x="617" y="384" as="geometry" />
        </mxCell>
        <mxCell id="pPH6oVQiPgVcm9OUePWL-20" parent="1" style="whiteSpace=wrap;html=1;rounded=1;" value="use kc client for calling Kite APIs" vertex="1">
          <mxGeometry height="60" width="120" x="617" y="524" as="geometry" />
        </mxCell>
      </root>
    </mxGraphModel>
  </diagram>
  <diagram name="UI/UX" id="5MV4RERJIjpIYta4IkZD">
    <mxGraphModel dx="3134" dy="2189" grid="0" gridSize="10" guides="1" tooltips="1" connect="1" arrows="1" fold="1" page="0" pageScale="1" pageWidth="402" pageHeight="874" background="#ffffff" math="0" shadow="0">
      <root>
        <mxCell id="0" />
        <mxCell id="1" parent="0" />
        <mxCell id="ExlUUjPYo0Ii6ma58Pc_-14" parent="1" style="rounded=1;whiteSpace=wrap;html=1;" value="" vertex="1">
          <mxGeometry height="321" width="1097" x="-296" y="-20" as="geometry" />
        </mxCell>
        <mxCell id="ExlUUjPYo0Ii6ma58Pc_-13" parent="1" style="rounded=1;whiteSpace=wrap;html=1;" value="" vertex="1">
          <mxGeometry height="321" width="1097" x="-287" y="732" as="geometry" />
        </mxCell>
        <mxCell id="iMmVTYed4h1aN_pzg3ix-1" parent="1" style="text;html=1;whiteSpace=wrap;strokeColor=none;fillColor=none;align=center;verticalAlign=middle;rounded=0;fontStyle=1;fontSize=48;fontColor=light-dark(#7a7978, #ededed);" value="Net Qty." vertex="1">
          <mxGeometry height="59" width="60" x="-120" y="72" as="geometry" />
        </mxCell>
        <mxCell id="iMmVTYed4h1aN_pzg3ix-2" parent="1" style="text;html=1;whiteSpace=wrap;strokeColor=none;fillColor=none;align=center;verticalAlign=middle;rounded=0;fontStyle=1;fontSize=48;fontColor=light-dark(#7a7978, #ededed);" value="AVG. PRICE" vertex="1">
          <mxGeometry height="59" width="60" x="149" y="61" as="geometry" />
        </mxCell>
        <mxCell id="iMmVTYed4h1aN_pzg3ix-3" parent="1" style="text;html=1;whiteSpace=wrap;strokeColor=none;fillColor=none;align=center;verticalAlign=middle;rounded=0;fontStyle=1;fontSize=48;fontColor=light-dark(#7a7978, #ededed);" value="LTP" vertex="1">
          <mxGeometry height="59" width="60" x="418" y="61" as="geometry" />
        </mxCell>
        <mxCell id="iMmVTYed4h1aN_pzg3ix-4" parent="1" style="text;html=1;whiteSpace=wrap;strokeColor=none;fillColor=none;align=center;verticalAlign=middle;rounded=0;fontStyle=1;fontSize=48;fontColor=light-dark(#7a7978, #ededed);" value="PnL" vertex="1">
          <mxGeometry height="59" width="60" x="687" y="61" as="geometry" />
        </mxCell>
        <mxCell id="iMmVTYed4h1aN_pzg3ix-5" parent="1" style="text;html=1;whiteSpace=wrap;strokeColor=none;fillColor=none;align=center;verticalAlign=middle;rounded=0;fontSize=36;fontStyle=1" value="100" vertex="1">
          <mxGeometry height="30" width="60" x="-120" y="211" as="geometry" />
        </mxCell>
        <mxCell id="iMmVTYed4h1aN_pzg3ix-6" parent="1" style="text;html=1;whiteSpace=wrap;strokeColor=none;fillColor=none;align=center;verticalAlign=middle;rounded=0;fontSize=36;fontStyle=1" value="36.40" vertex="1">
          <mxGeometry height="30" width="60" x="149" y="211" as="geometry" />
        </mxCell>
        <mxCell id="iMmVTYed4h1aN_pzg3ix-7" parent="1" style="text;html=1;whiteSpace=wrap;strokeColor=none;fillColor=none;align=center;verticalAlign=middle;rounded=0;fontSize=36;fontStyle=1" value="37.45" vertex="1">
          <mxGeometry height="30" width="60" x="418" y="211" as="geometry" />
        </mxCell>
        <mxCell id="iMmVTYed4h1aN_pzg3ix-8" parent="1" style="text;html=1;whiteSpace=wrap;strokeColor=none;fillColor=none;align=center;verticalAlign=middle;rounded=0;fontSize=36;fontStyle=1" value="100" vertex="1">
          <mxGeometry height="30" width="60" x="687" y="211" as="geometry" />
        </mxCell>
        <mxCell id="7si3vGMUa6yKKs87A3T9-2" edge="1" parent="1" source="7si3vGMUa6yKKs87A3T9-1" style="edgeStyle=orthogonalEdgeStyle;rounded=0;orthogonalLoop=1;jettySize=auto;html=1;exitX=0.5;exitY=0;exitDx=0;exitDy=0;entryX=0;entryY=0.5;entryDx=0;entryDy=0;" target="iMmVTYed4h1aN_pzg3ix-5">
          <mxGeometry relative="1" as="geometry">
            <Array as="points">
              <mxPoint x="-283" y="227" />
              <mxPoint x="-139" y="227" />
            </Array>
            <mxPoint x="-139.09090909090924" y="259.27272727272725" as="targetPoint" />
          </mxGeometry>
        </mxCell>
        <mxCell id="7si3vGMUa6yKKs87A3T9-1" parent="1" style="text;html=1;whiteSpace=wrap;strokeColor=none;fillColor=none;align=center;verticalAlign=middle;rounded=0;fontStyle=1" value="Red color if negative, blue color if positive" vertex="1">
          <mxGeometry height="70" width="129" x="-347" y="453" as="geometry" />
        </mxCell>
        <mxCell id="7si3vGMUa6yKKs87A3T9-4" edge="1" parent="1" source="7si3vGMUa6yKKs87A3T9-3" style="edgeStyle=orthogonalEdgeStyle;rounded=0;orthogonalLoop=1;jettySize=auto;html=1;entryX=0.5;entryY=1;entryDx=0;entryDy=0;" target="iMmVTYed4h1aN_pzg3ix-8">
          <mxGeometry relative="1" as="geometry" />
        </mxCell>
        <mxCell id="7si3vGMUa6yKKs87A3T9-3" parent="1" style="text;html=1;whiteSpace=wrap;strokeColor=none;fillColor=none;align=center;verticalAlign=middle;rounded=0;fontStyle=1" value="Red color if negative, blue color if positive" vertex="1">
          <mxGeometry height="70" width="129" x="681" y="398" as="geometry" />
        </mxCell>
        <mxCell id="7si3vGMUa6yKKs87A3T9-5" parent="1" style="text;html=1;whiteSpace=wrap;strokeColor=none;fillColor=none;align=center;verticalAlign=middle;rounded=0;" value="Will receive the following props:&lt;br&gt;netQuantity: number;&lt;br&gt;&lt;div&gt;averagePrice: number&lt;/div&gt;&lt;div&gt;ltp: number;&lt;/div&gt;" vertex="1">
          <mxGeometry height="101" width="203" x="-25" y="355" as="geometry" />
        </mxCell>
        <mxCell id="7si3vGMUa6yKKs87A3T9-6" parent="1" style="text;html=1;whiteSpace=wrap;strokeColor=none;fillColor=none;align=center;verticalAlign=middle;rounded=0;" value="PnL needs to be calculated by the component" vertex="1">
          <mxGeometry height="101" width="203" x="-21" y="482" as="geometry" />
        </mxCell>
        <mxCell id="7si3vGMUa6yKKs87A3T9-7" parent="1" style="text;html=1;whiteSpace=wrap;strokeColor=none;fillColor=none;align=center;verticalAlign=middle;rounded=0;fontStyle=1;fontSize=48;fontColor=light-dark(#7a7978, #ededed);" value="Net Qty." vertex="1">
          <mxGeometry height="59" width="60" x="-186" y="816" as="geometry" />
        </mxCell>
        <mxCell id="7si3vGMUa6yKKs87A3T9-8" parent="1" style="text;html=1;whiteSpace=wrap;strokeColor=none;fillColor=none;align=center;verticalAlign=middle;rounded=0;fontStyle=1;fontSize=48;fontColor=light-dark(#7a7978, #ededed);" value="AVG. PRICE" vertex="1">
          <mxGeometry height="59" width="60" x="83" y="805" as="geometry" />
        </mxCell>
        <mxCell id="7si3vGMUa6yKKs87A3T9-9" parent="1" style="text;html=1;whiteSpace=wrap;strokeColor=none;fillColor=none;align=center;verticalAlign=middle;rounded=0;fontStyle=1;fontSize=48;fontColor=light-dark(#7a7978, #ededed);" value="LTP" vertex="1">
          <mxGeometry height="59" width="60" x="352" y="805" as="geometry" />
        </mxCell>
        <mxCell id="7si3vGMUa6yKKs87A3T9-10" parent="1" style="text;html=1;whiteSpace=wrap;strokeColor=none;fillColor=none;align=center;verticalAlign=middle;rounded=0;fontStyle=1;fontSize=48;fontColor=light-dark(#7a7978, #ededed);" value="PnL" vertex="1">
          <mxGeometry height="59" width="60" x="621" y="805" as="geometry" />
        </mxCell>
        <mxCell id="7si3vGMUa6yKKs87A3T9-11" parent="1" style="text;html=1;whiteSpace=wrap;strokeColor=none;fillColor=none;align=center;verticalAlign=middle;rounded=0;fontSize=18;fontStyle=1" value="{props.netQuantity}" vertex="1">
          <mxGeometry height="30" width="60" x="-186" y="955" as="geometry" />
        </mxCell>
        <mxCell id="7si3vGMUa6yKKs87A3T9-12" parent="1" style="text;html=1;whiteSpace=wrap;strokeColor=none;fillColor=none;align=center;verticalAlign=middle;rounded=0;fontSize=18;fontStyle=1" value="&lt;div&gt;{props.averagePrice}&lt;/div&gt;" vertex="1">
          <mxGeometry height="30" width="60" x="83" y="955" as="geometry" />
        </mxCell>
        <mxCell id="7si3vGMUa6yKKs87A3T9-13" parent="1" style="text;html=1;whiteSpace=wrap;strokeColor=none;fillColor=none;align=center;verticalAlign=middle;rounded=0;fontSize=18;fontStyle=1" value="{props.ltp}" vertex="1">
          <mxGeometry height="30" width="60" x="352" y="955" as="geometry" />
        </mxCell>
        <mxCell id="7si3vGMUa6yKKs87A3T9-14" parent="1" style="text;html=1;whiteSpace=wrap;strokeColor=none;fillColor=none;align=center;verticalAlign=middle;rounded=0;fontSize=18;fontStyle=1" value="{pnl}" vertex="1">
          <mxGeometry height="30" width="60" x="621" y="955" as="geometry" />
        </mxCell>
        <mxCell id="ExlUUjPYo0Ii6ma58Pc_-1" parent="1" style="rounded=1;whiteSpace=wrap;html=1;" value="" vertex="1">
          <mxGeometry height="321" width="1253" x="-202" y="1234" as="geometry" />
        </mxCell>
        <mxCell id="ExlUUjPYo0Ii6ma58Pc_-2" parent="1" style="text;html=1;whiteSpace=wrap;strokeColor=none;fillColor=none;align=center;verticalAlign=middle;rounded=0;fontStyle=1;fontSize=48;fontColor=light-dark(#7a7978, #ededed);" value="Total Margin" vertex="1">
          <mxGeometry height="59" width="168" x="-154" y="1292" as="geometry" />
        </mxCell>
        <mxCell id="ExlUUjPYo0Ii6ma58Pc_-3" parent="1" style="text;html=1;whiteSpace=wrap;strokeColor=none;fillColor=none;align=center;verticalAlign=middle;rounded=0;fontStyle=1;fontSize=48;fontColor=light-dark(#7a7978, #ededed);" value="Utilized Margin" vertex="1">
          <mxGeometry height="59" width="168" x="330" y="1295" as="geometry" />
        </mxCell>
        <mxCell id="ExlUUjPYo0Ii6ma58Pc_-4" parent="1" style="text;html=1;whiteSpace=wrap;strokeColor=none;fillColor=none;align=center;verticalAlign=middle;rounded=0;fontStyle=1;fontSize=48;fontColor=light-dark(#7a7978, #ededed);" value="Net Margin" vertex="1">
          <mxGeometry height="59" width="168" x="813" y="1289" as="geometry" />
        </mxCell>
        <mxCell id="ExlUUjPYo0Ii6ma58Pc_-5" parent="1" style="text;html=1;whiteSpace=wrap;strokeColor=none;fillColor=none;align=center;verticalAlign=middle;rounded=0;fontSize=42;" value="₹2000" vertex="1">
          <mxGeometry height="30" width="60" x="-100" y="1412" as="geometry" />
        </mxCell>
        <mxCell id="ExlUUjPYo0Ii6ma58Pc_-7" parent="1" style="text;html=1;whiteSpace=wrap;strokeColor=none;fillColor=none;align=center;verticalAlign=middle;rounded=0;fontSize=42;" value="₹200" vertex="1">
          <mxGeometry height="30" width="60" x="384" y="1412" as="geometry" />
        </mxCell>
        <mxCell id="ExlUUjPYo0Ii6ma58Pc_-8" parent="1" style="text;html=1;whiteSpace=wrap;strokeColor=none;fillColor=none;align=center;verticalAlign=middle;rounded=0;fontSize=42;" value="₹1800" vertex="1">
          <mxGeometry height="30" width="60" x="867" y="1412" as="geometry" />
        </mxCell>
        <mxCell id="ExlUUjPYo0Ii6ma58Pc_-9" parent="1" style="html=1;shadow=0;dashed=0;shape=mxgraph.bootstrap.rrect;rSize=5;fillColor=#E9ECEF;strokeColor=none;" value="" vertex="1">
          <mxGeometry height="20" width="800" x="24.5" y="1507" as="geometry" />
        </mxCell>
        <mxCell id="ExlUUjPYo0Ii6ma58Pc_-10" parent="ExlUUjPYo0Ii6ma58Pc_-9" style="html=1;shadow=0;dashed=0;shape=mxgraph.bootstrap.leftButton;rSize=5;fillColor=#1CA5B8;strokeColor=none;resizeHeight=1;" value="" vertex="1">
          <mxGeometry height="20" relative="1" width="250" as="geometry" />
        </mxCell>
        <mxCell id="ExlUUjPYo0Ii6ma58Pc_-11" parent="1" style="text;html=1;whiteSpace=wrap;strokeColor=none;fillColor=none;align=center;verticalAlign=middle;rounded=0;fontSize=24;" value="The max value on the progress bar is the total margin and the filled in part is the utilized margin" vertex="1">
          <mxGeometry height="92" width="269" x="175" y="1620" as="geometry" />
        </mxCell>
        <mxCell id="ExlUUjPYo0Ii6ma58Pc_-12" edge="1" parent="1" source="ExlUUjPYo0Ii6ma58Pc_-11" style="edgeStyle=orthogonalEdgeStyle;rounded=0;orthogonalLoop=1;jettySize=auto;html=1;exitX=0.5;exitY=0;exitDx=0;exitDy=0;entryX=0.412;entryY=0.999;entryDx=0;entryDy=0;entryPerimeter=0;" target="ExlUUjPYo0Ii6ma58Pc_-1">
          <mxGeometry relative="1" as="geometry" />
        </mxCell>
      </root>
    </mxGraphModel>
  </diagram>
  <diagram id="dmkDPsUycKQvBsQ4H3Di" name="Kite-Fly-Ticker-Architecture">
    <mxGraphModel dx="1357" dy="626" grid="0" gridSize="10" guides="1" tooltips="1" connect="1" arrows="1" fold="1" page="0" pageScale="1" pageWidth="402" pageHeight="874" math="0" shadow="0">
      <root>
        <mxCell id="0" />
        <mxCell id="1" parent="0" />
        <mxCell id="FDZGNOtkY16CQce4NqAR-3" edge="1" parent="1" source="FDZGNOtkY16CQce4NqAR-1" style="edgeStyle=orthogonalEdgeStyle;rounded=0;orthogonalLoop=1;jettySize=auto;html=1;" target="FDZGNOtkY16CQce4NqAR-2" value="">
          <mxGeometry relative="1" as="geometry" />
        </mxCell>
        <mxCell id="FDZGNOtkY16CQce4NqAR-1" parent="1" style="rounded=1;whiteSpace=wrap;html=1;" value="Client posts a request - for example:&lt;br&gt;&lt;div&gt;&lt;br&gt;&lt;/div&gt;&lt;br&gt;&lt;div&gt;fetch(&quot;http://localhost:3000/api/ltp&quot;, () =&amp;gt; {&lt;/div&gt;&lt;div&gt;method: &quot;POST&quot;,&lt;/div&gt;&lt;div&gt;body: JSON.stringify({&lt;/div&gt;&lt;div&gt;instrument: &quot;WIPRO&quot;,&lt;br&gt;ltp: 128.10&lt;/div&gt;&lt;div&gt;})&lt;/div&gt;&lt;div&gt;})&lt;br&gt;&lt;br&gt;The call is made from another site - for ex. https://kite.zerodha.com&lt;/div&gt;" vertex="1">
          <mxGeometry height="236" width="345" x="-33" y="45" as="geometry" />
        </mxCell>
        <mxCell id="FDZGNOtkY16CQce4NqAR-5" edge="1" parent="1" source="FDZGNOtkY16CQce4NqAR-2" style="edgeStyle=orthogonalEdgeStyle;rounded=0;orthogonalLoop=1;jettySize=auto;html=1;" target="FDZGNOtkY16CQce4NqAR-4" value="">
          <mxGeometry relative="1" as="geometry" />
        </mxCell>
        <mxCell id="FDZGNOtkY16CQce4NqAR-2" parent="1" style="whiteSpace=wrap;html=1;rounded=1;" value="SERVER" vertex="1">
          <mxGeometry height="60" width="120" x="504.5" y="98.5" as="geometry" />
        </mxCell>
        <mxCell id="FDZGNOtkY16CQce4NqAR-8" edge="1" parent="1" source="FDZGNOtkY16CQce4NqAR-4" style="edgeStyle=orthogonalEdgeStyle;rounded=0;orthogonalLoop=1;jettySize=auto;html=1;exitX=0.75;exitY=1;exitDx=0;exitDy=0;entryX=1;entryY=0.75;entryDx=0;entryDy=0;" target="FDZGNOtkY16CQce4NqAR-6">
          <mxGeometry relative="1" as="geometry" />
        </mxCell>
        <mxCell id="FDZGNOtkY16CQce4NqAR-4" parent="1" style="whiteSpace=wrap;html=1;rounded=1;" value="Websocket" vertex="1">
          <mxGeometry height="60" width="120" x="504.5" y="265" as="geometry" />
        </mxCell>
        <mxCell id="FDZGNOtkY16CQce4NqAR-7" edge="1" parent="1" source="FDZGNOtkY16CQce4NqAR-6" style="edgeStyle=orthogonalEdgeStyle;rounded=0;orthogonalLoop=1;jettySize=auto;html=1;entryX=0.5;entryY=1;entryDx=0;entryDy=0;" target="FDZGNOtkY16CQce4NqAR-4">
          <mxGeometry relative="1" as="geometry" />
        </mxCell>
        <mxCell id="FDZGNOtkY16CQce4NqAR-6" parent="1" style="rounded=1;whiteSpace=wrap;html=1;" value="On another client,&lt;div&gt;new Websocket()&lt;/div&gt;// receive the data which is sent from /api/ltp" vertex="1">
          <mxGeometry height="167" width="345" x="1" y="392" as="geometry" />
        </mxCell>
      </root>
    </mxGraphModel>
  </diagram>
</mxfile>
